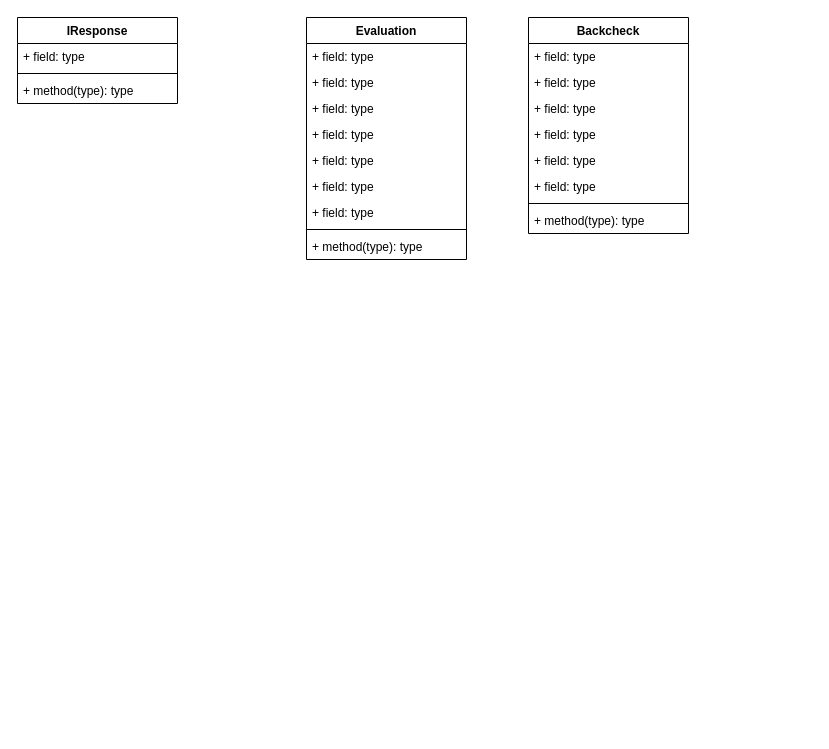
Before: Untitled Diagram.drawio in benstanfish/Diagrams, a draw.io diagram. Source tidied: cells renumbered, new cells numbered last; positions are measured from the earlier drawing's top-left corner, leaving out a move shared by most shapes. Both pictures are drawn from the tidied source at 100%, with x=0, y=0 at pixel (17, 17).
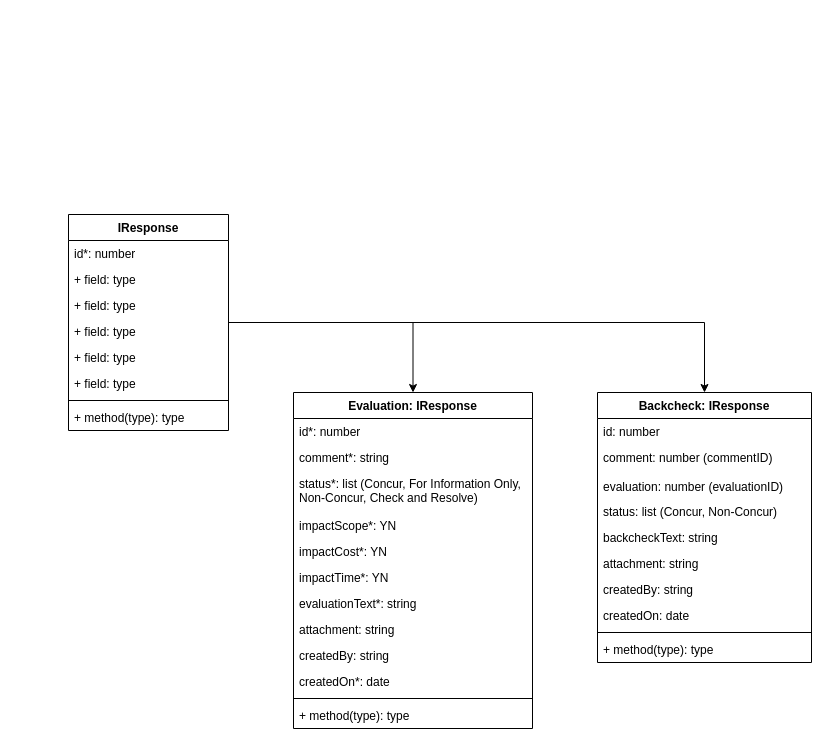
Above is the later version.

The edit, as a diff of the source:
```diff
@@
+    <mxCell id="25" style="edgeStyle=orthogonalEdgeStyle;rounded=0;jettySize=auto;html=1;entryX=0.5;entryY=0;entryDx=0;entryDy=0;" parent="1" edge="1" source="2" target="6">
+      <mxGeometry relative="1" as="geometry" />
+    </mxCell>
+    <mxCell id="26" style="edgeStyle=orthogonalEdgeStyle;rounded=0;jettySize=auto;html=1;entryX=0.5;entryY=0;entryDx=0;entryDy=0;" parent="1" edge="1" source="2" target="16">
+      <mxGeometry relative="1" as="geometry" />
+    </mxCell>
     <mxCell id="2" value="IResponse" style="swimlane;fontStyle=1;align=center;verticalAlign=top;horizontal=1;startSize=26;whiteSpace=wrap;html=1;" parent="1" vertex="1">
-      <mxGeometry width="160" height="86" as="geometry" />
+      <mxGeometry x="51" y="197" width="160" height="216" as="geometry" />
     </mxCell>
-    <mxCell id="3" value="+ field: type" style="text;strokeColor=none;fillColor=none;align=left;verticalAlign=top;spacingLeft=4;spacingRight=4;overflow=hidden;whiteSpace=wrap;html=1;" parent="2" vertex="1">
+    <mxCell id="3" value="id*: number" style="text;strokeColor=none;fillColor=none;align=left;verticalAlign=top;spacingLeft=4;spacingRight=4;overflow=hidden;whiteSpace=wrap;html=1;" parent="2" vertex="1">
       <mxGeometry y="26" width="160" height="26" as="geometry" />
     </mxCell>
+    <mxCell id="27" value="+ field: type" style="text;strokeColor=none;fillColor=none;align=left;verticalAlign=top;spacingLeft=4;spacingRight=4;overflow=hidden;whiteSpace=wrap;html=1;" parent="2" vertex="1">
+      <mxGeometry y="52" width="160" height="26" as="geometry" />
+    </mxCell>
+    <mxCell id="28" value="+ field: type" style="text;strokeColor=none;fillColor=none;align=left;verticalAlign=top;spacingLeft=4;spacingRight=4;overflow=hidden;whiteSpace=wrap;html=1;" parent="2" vertex="1">
+      <mxGeometry y="78" width="160" height="26" as="geometry" />
+    </mxCell>
+    <mxCell id="29" value="+ field: type" style="text;strokeColor=none;fillColor=none;align=left;verticalAlign=top;spacingLeft=4;spacingRight=4;overflow=hidden;whiteSpace=wrap;html=1;" parent="2" vertex="1">
+      <mxGeometry y="104" width="160" height="26" as="geometry" />
+    </mxCell>
+    <mxCell id="30" value="+ field: type" style="text;strokeColor=none;fillColor=none;align=left;verticalAlign=top;spacingLeft=4;spacingRight=4;overflow=hidden;whiteSpace=wrap;html=1;" parent="2" vertex="1">
+      <mxGeometry y="130" width="160" height="26" as="geometry" />
+    </mxCell>
+    <mxCell id="31" value="+ field: type" style="text;strokeColor=none;fillColor=none;align=left;verticalAlign=top;spacingLeft=4;spacingRight=4;overflow=hidden;whiteSpace=wrap;html=1;" parent="2" vertex="1">
+      <mxGeometry y="156" width="160" height="26" as="geometry" />
+    </mxCell>
     <mxCell id="4" style="line;strokeWidth=1;fillColor=none;align=left;verticalAlign=middle;spacingTop=-1;spacingLeft=3;spacingRight=3;labelPosition=right;strokeColor=inherit;" parent="2" vertex="1">
-      <mxGeometry y="52" width="160" height="8" as="geometry" />
+      <mxGeometry y="182" width="160" height="8" as="geometry" />
     </mxCell>
     <mxCell id="5" value="+ method(type): type" style="text;strokeColor=none;fillColor=none;align=left;verticalAlign=top;spacingLeft=4;spacingRight=4;overflow=hidden;whiteSpace=wrap;html=1;" parent="2" vertex="1">
-      <mxGeometry y="60" width="160" height="26" as="geometry" />
+      <mxGeometry y="190" width="160" height="26" as="geometry" />
     </mxCell>
-    <mxCell id="6" value="Evaluation" style="swimlane;fontStyle=1;align=center;verticalAlign=top;horizontal=1;startSize=26;whiteSpace=wrap;html=1;" parent="1" vertex="1">
-      <mxGeometry x="289" width="160" height="242" as="geometry" />
+    <mxCell id="6" value="Evaluation: IResponse" style="swimlane;fontStyle=1;align=center;verticalAlign=top;horizontal=1;startSize=26;whiteSpace=wrap;html=1;" parent="1" vertex="1">
+      <mxGeometry x="276" y="375" width="239" height="336" as="geometry" />
     </mxCell>
-    <mxCell id="7" value="+ field: type" style="text;strokeColor=none;fillColor=none;align=left;verticalAlign=top;spacingLeft=4;spacingRight=4;overflow=hidden;whiteSpace=wrap;html=1;" parent="6" vertex="1">
-      <mxGeometry y="26" width="160" height="26" as="geometry" />
+    <mxCell id="7" value="id*: number" style="text;strokeColor=none;fillColor=none;align=left;verticalAlign=top;spacingLeft=4;spacingRight=4;overflow=hidden;whiteSpace=wrap;html=1;" parent="6" vertex="1">
+      <mxGeometry y="26" width="239" height="26" as="geometry" />
     </mxCell>
-    <mxCell id="8" value="+ field: type" style="text;strokeColor=none;fillColor=none;align=left;verticalAlign=top;spacingLeft=4;spacingRight=4;overflow=hidden;whiteSpace=wrap;html=1;" parent="6" vertex="1">
-      <mxGeometry y="52" width="160" height="26" as="geometry" />
+    <mxCell id="8" value="comment*: string" style="text;strokeColor=none;fillColor=none;align=left;verticalAlign=top;spacingLeft=4;spacingRight=4;overflow=hidden;whiteSpace=wrap;html=1;" parent="6" vertex="1">
+      <mxGeometry y="52" width="239" height="26" as="geometry" />
     </mxCell>
-    <mxCell id="9" value="+ field: type" style="text;strokeColor=none;fillColor=none;align=left;verticalAlign=top;spacingLeft=4;spacingRight=4;overflow=hidden;whiteSpace=wrap;html=1;" parent="6" vertex="1">
-      <mxGeometry y="78" width="160" height="26" as="geometry" />
+    <mxCell id="9" value="status*: list (Concur, For Information Only, Non-Concur, Check and Resolve)" style="text;strokeColor=none;fillColor=none;align=left;verticalAlign=top;spacingLeft=4;spacingRight=4;overflow=hidden;whiteSpace=wrap;html=1;" parent="6" vertex="1">
+      <mxGeometry y="78" width="239" height="42" as="geometry" />
     </mxCell>
-    <mxCell id="10" value="+ field: type" style="text;strokeColor=none;fillColor=none;align=left;verticalAlign=top;spacingLeft=4;spacingRight=4;overflow=hidden;whiteSpace=wrap;html=1;" parent="6" vertex="1">
-      <mxGeometry y="104" width="160" height="26" as="geometry" />
+    <mxCell id="10" value="impactScope*: YN" style="text;strokeColor=none;fillColor=none;align=left;verticalAlign=top;spacingLeft=4;spacingRight=4;overflow=hidden;whiteSpace=wrap;html=1;" parent="6" vertex="1">
+      <mxGeometry y="120" width="239" height="26" as="geometry" />
     </mxCell>
-    <mxCell id="11" value="+ field: type" style="text;strokeColor=none;fillColor=none;align=left;verticalAlign=top;spacingLeft=4;spacingRight=4;overflow=hidden;whiteSpace=wrap;html=1;" parent="6" vertex="1">
-      <mxGeometry y="130" width="160" height="26" as="geometry" />
+    <mxCell id="11" value="impactCost*: YN" style="text;strokeColor=none;fillColor=none;align=left;verticalAlign=top;spacingLeft=4;spacingRight=4;overflow=hidden;whiteSpace=wrap;html=1;" parent="6" vertex="1">
+      <mxGeometry y="146" width="239" height="26" as="geometry" />
     </mxCell>
-    <mxCell id="12" value="+ field: type" style="text;strokeColor=none;fillColor=none;align=left;verticalAlign=top;spacingLeft=4;spacingRight=4;overflow=hidden;whiteSpace=wrap;html=1;" parent="6" vertex="1">
-      <mxGeometry y="156" width="160" height="26" as="geometry" />
+    <mxCell id="12" value="impactTime*: YN" style="text;strokeColor=none;fillColor=none;align=left;verticalAlign=top;spacingLeft=4;spacingRight=4;overflow=hidden;whiteSpace=wrap;html=1;" parent="6" vertex="1">
+      <mxGeometry y="172" width="239" height="26" as="geometry" />
     </mxCell>
-    <mxCell id="13" value="+ field: type" style="text;strokeColor=none;fillColor=none;align=left;verticalAlign=top;spacingLeft=4;spacingRight=4;overflow=hidden;whiteSpace=wrap;html=1;" parent="6" vertex="1">
-      <mxGeometry y="182" width="160" height="26" as="geometry" />
+    <mxCell id="13" value="evaluationText*: string" style="text;strokeColor=none;fillColor=none;align=left;verticalAlign=top;spacingLeft=4;spacingRight=4;overflow=hidden;whiteSpace=wrap;html=1;" parent="6" vertex="1">
+      <mxGeometry y="198" width="239" height="26" as="geometry" />
     </mxCell>
+    <mxCell id="32" value="attachment: string" style="text;strokeColor=none;fillColor=none;align=left;verticalAlign=top;spacingLeft=4;spacingRight=4;overflow=hidden;whiteSpace=wrap;html=1;" parent="6" vertex="1">
+      <mxGeometry y="224" width="239" height="26" as="geometry" />
+    </mxCell>
+    <mxCell id="33" value="createdBy: string" style="text;strokeColor=none;fillColor=none;align=left;verticalAlign=top;spacingLeft=4;spacingRight=4;overflow=hidden;whiteSpace=wrap;html=1;" parent="6" vertex="1">
+      <mxGeometry y="250" width="239" height="26" as="geometry" />
+    </mxCell>
+    <mxCell id="34" value="createdOn*: date" style="text;strokeColor=none;fillColor=none;align=left;verticalAlign=top;spacingLeft=4;spacingRight=4;overflow=hidden;whiteSpace=wrap;html=1;" parent="6" vertex="1">
+      <mxGeometry y="276" width="239" height="26" as="geometry" />
+    </mxCell>
     <mxCell id="14" style="line;strokeWidth=1;fillColor=none;align=left;verticalAlign=middle;spacingTop=-1;spacingLeft=3;spacingRight=3;labelPosition=right;strokeColor=inherit;" parent="6" vertex="1">
-      <mxGeometry y="208" width="160" height="8" as="geometry" />
+      <mxGeometry y="302" width="239" height="8" as="geometry" />
     </mxCell>
     <mxCell id="15" value="+ method(type): type" style="text;strokeColor=none;fillColor=none;align=left;verticalAlign=top;spacingLeft=4;spacingRight=4;overflow=hidden;whiteSpace=wrap;html=1;" parent="6" vertex="1">
-      <mxGeometry y="216" width="160" height="26" as="geometry" />
+      <mxGeometry y="310" width="239" height="26" as="geometry" />
     </mxCell>
-    <mxCell id="16" value="Backcheck" style="swimlane;fontStyle=1;align=center;verticalAlign=top;horizontal=1;startSize=26;whiteSpace=wrap;html=1;" parent="1" vertex="1">
-      <mxGeometry x="511" width="160" height="216" as="geometry" />
+    <mxCell id="16" value="Backcheck: IResponse" style="swimlane;fontStyle=1;align=center;verticalAlign=top;horizontal=1;startSize=26;whiteSpace=wrap;html=1;" parent="1" vertex="1">
+      <mxGeometry x="580" y="375" width="214" height="270" as="geometry" />
     </mxCell>
-    <mxCell id="17" value="+ field: type" style="text;strokeColor=none;fillColor=none;align=left;verticalAlign=top;spacingLeft=4;spacingRight=4;overflow=hidden;whiteSpace=wrap;html=1;" parent="16" vertex="1">
-      <mxGeometry y="26" width="160" height="26" as="geometry" />
+    <mxCell id="17" value="id: number" style="text;strokeColor=none;fillColor=none;align=left;verticalAlign=top;spacingLeft=4;spacingRight=4;overflow=hidden;whiteSpace=wrap;html=1;" parent="16" vertex="1">
+      <mxGeometry y="26" width="214" height="26" as="geometry" />
     </mxCell>
-    <mxCell id="18" value="+ field: type" style="text;strokeColor=none;fillColor=none;align=left;verticalAlign=top;spacingLeft=4;spacingRight=4;overflow=hidden;whiteSpace=wrap;html=1;" parent="16" vertex="1">
-      <mxGeometry y="52" width="160" height="26" as="geometry" />
+    <mxCell id="18" value="comment: number (commentID)" style="text;strokeColor=none;fillColor=none;align=left;verticalAlign=top;spacingLeft=4;spacingRight=4;overflow=hidden;whiteSpace=wrap;html=1;" parent="16" vertex="1">
+      <mxGeometry y="52" width="214" height="29" as="geometry" />
     </mxCell>
-    <mxCell id="19" value="+ field: type" style="text;strokeColor=none;fillColor=none;align=left;verticalAlign=top;spacingLeft=4;spacingRight=4;overflow=hidden;whiteSpace=wrap;html=1;" parent="16" vertex="1">
-      <mxGeometry y="78" width="160" height="26" as="geometry" />
+    <mxCell id="19" value="evaluation: number (evaluationID)" style="text;strokeColor=none;fillColor=none;align=left;verticalAlign=top;spacingLeft=4;spacingRight=4;overflow=hidden;whiteSpace=wrap;html=1;" parent="16" vertex="1">
+      <mxGeometry y="81" width="214" height="25" as="geometry" />
     </mxCell>
-    <mxCell id="20" value="+ field: type" style="text;strokeColor=none;fillColor=none;align=left;verticalAlign=top;spacingLeft=4;spacingRight=4;overflow=hidden;whiteSpace=wrap;html=1;" parent="16" vertex="1">
-      <mxGeometry y="104" width="160" height="26" as="geometry" />
+    <mxCell id="20" value="status: list (Concur, Non-Concur)" style="text;strokeColor=none;fillColor=none;align=left;verticalAlign=top;spacingLeft=4;spacingRight=4;overflow=hidden;whiteSpace=wrap;html=1;" parent="16" vertex="1">
+      <mxGeometry y="106" width="214" height="26" as="geometry" />
     </mxCell>
-    <mxCell id="21" value="+ field: type" style="text;strokeColor=none;fillColor=none;align=left;verticalAlign=top;spacingLeft=4;spacingRight=4;overflow=hidden;whiteSpace=wrap;html=1;" parent="16" vertex="1">
-      <mxGeometry y="130" width="160" height="26" as="geometry" />
+    <mxCell id="21" value="backcheckText: string" style="text;strokeColor=none;fillColor=none;align=left;verticalAlign=top;spacingLeft=4;spacingRight=4;overflow=hidden;whiteSpace=wrap;html=1;" parent="16" vertex="1">
+      <mxGeometry y="132" width="214" height="26" as="geometry" />
     </mxCell>
-    <mxCell id="22" value="+ field: type" style="text;strokeColor=none;fillColor=none;align=left;verticalAlign=top;spacingLeft=4;spacingRight=4;overflow=hidden;whiteSpace=wrap;html=1;" parent="16" vertex="1">
-      <mxGeometry y="156" width="160" height="26" as="geometry" />
+    <mxCell id="22" value="attachment: string" style="text;strokeColor=none;fillColor=none;align=left;verticalAlign=top;spacingLeft=4;spacingRight=4;overflow=hidden;whiteSpace=wrap;html=1;" parent="16" vertex="1">
+      <mxGeometry y="158" width="214" height="26" as="geometry" />
     </mxCell>
+    <mxCell id="35" value="createdBy: string" style="text;strokeColor=none;fillColor=none;align=left;verticalAlign=top;spacingLeft=4;spacingRight=4;overflow=hidden;whiteSpace=wrap;html=1;" parent="16" vertex="1">
+      <mxGeometry y="184" width="214" height="26" as="geometry" />
+    </mxCell>
+    <mxCell id="36" value="createdOn: date" style="text;strokeColor=none;fillColor=none;align=left;verticalAlign=top;spacingLeft=4;spacingRight=4;overflow=hidden;whiteSpace=wrap;html=1;" parent="16" vertex="1">
+      <mxGeometry y="210" width="214" height="26" as="geometry" />
+    </mxCell>
     <mxCell id="23" style="line;strokeWidth=1;fillColor=none;align=left;verticalAlign=middle;spacingTop=-1;spacingLeft=3;spacingRight=3;labelPosition=right;strokeColor=inherit;" parent="16" vertex="1">
-      <mxGeometry y="182" width="160" height="8" as="geometry" />
+      <mxGeometry y="236" width="214" height="8" as="geometry" />
     </mxCell>
     <mxCell id="24" value="+ method(type): type" style="text;strokeColor=none;fillColor=none;align=left;verticalAlign=top;spacingLeft=4;spacingRight=4;overflow=hidden;whiteSpace=wrap;html=1;" parent="16" vertex="1">
-      <mxGeometry y="190" width="160" height="26" as="geometry" />
+      <mxGeometry y="244" width="214" height="26" as="geometry" />
     </mxCell>
```
